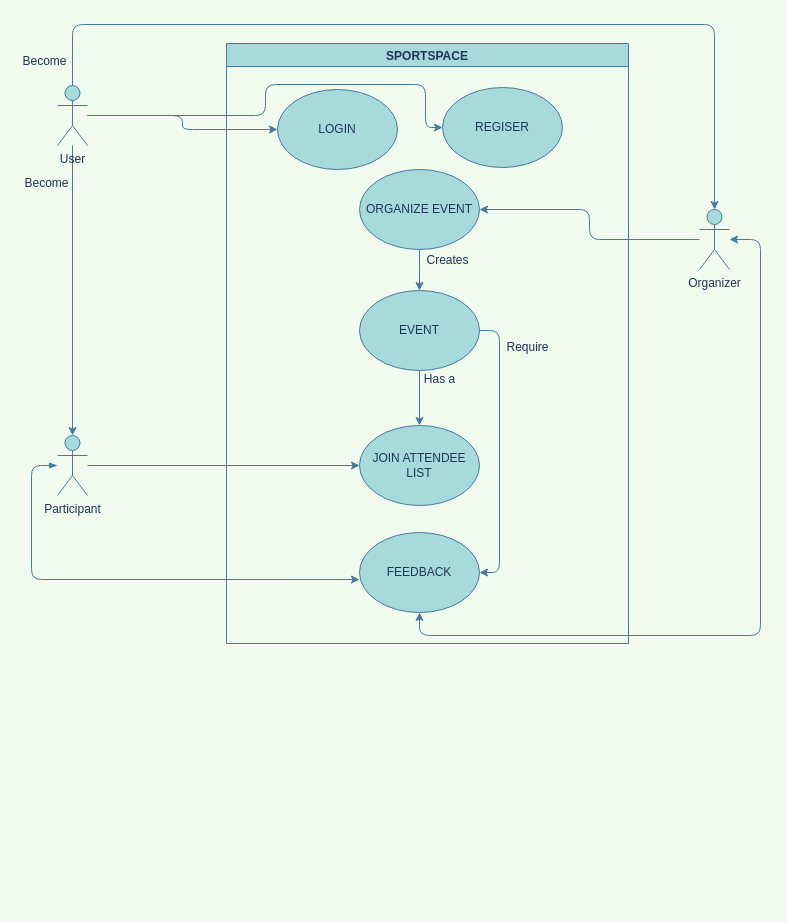
Above: Use Case Diagram.drawio in AndreicaPaul/SportSpace (draw.io), before the change. Source tidied: cells renumbered, new cells numbered last; positions are measured from the earlier drawing's top-left corner, leaving out a move shared by most shapes. Both pictures are drawn from the tidied source at 100%, with x=0, y=0 at pixel (17, 24).
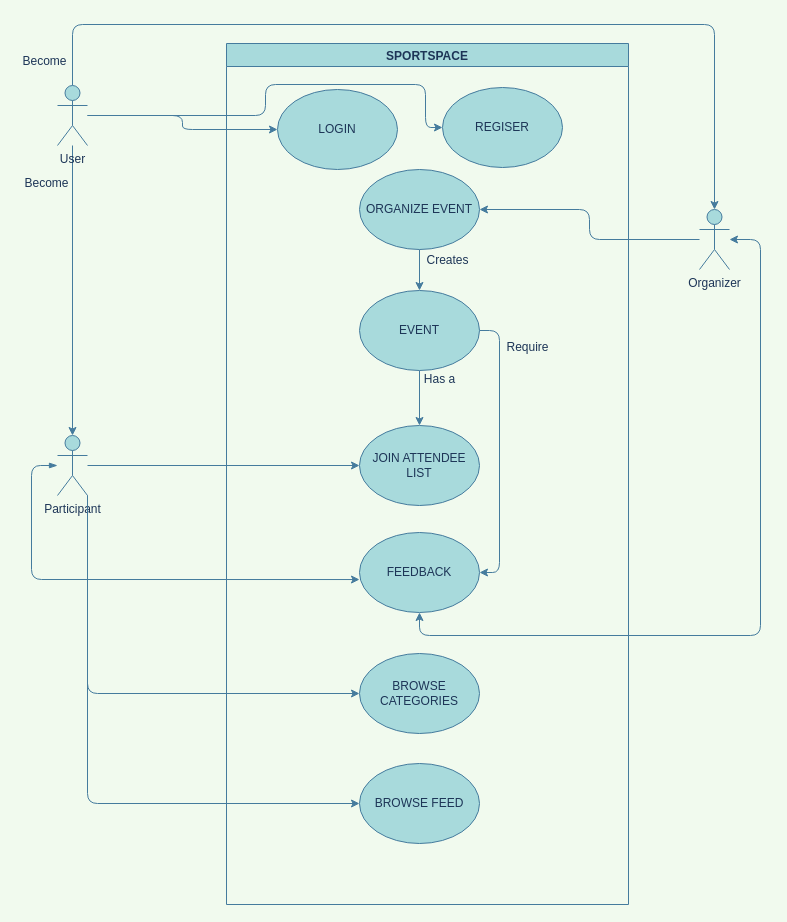
Above is the later version.

Commit message (it also covers changes not shown here):
update documentation with additional use cases

The change refers to these unchanged cells:
```xml
<mxCell id="4" value="Participant" style="shape=umlActor;verticalLabelPosition=bottom;verticalAlign=top;html=1;outlineConnect=0;rounded=1;sketch=0;fontColor=#1D3557;strokeColor=#457B9D;fillColor=#A8DADC;" parent="1" vertex="1">
  <mxGeometry x="40" y="411" width="30" height="60" as="geometry" />
</mxCell>
```

Diff of the diagram source:
```diff
@@
     <mxCell id="5" value="SPORTSPACE" style="swimlane;rounded=0;sketch=0;fontColor=#1D3557;strokeColor=#457B9D;fillColor=#A8DADC;" parent="1" vertex="1">
-      <mxGeometry x="209" y="19" width="402" height="600" as="geometry" />
+      <mxGeometry x="209" y="19" width="402" height="861" as="geometry" />
     </mxCell>
@@
+    <mxCell id="28" value="BROWSE CATEGORIES" style="ellipse;whiteSpace=wrap;html=1;rounded=0;sketch=0;fontColor=#1D3557;strokeColor=#457B9D;fillColor=#A8DADC;" parent="5" vertex="1">
+      <mxGeometry x="133" y="610" width="120" height="80" as="geometry" />
+    </mxCell>
+    <mxCell id="29" value="BROWSE FEED" style="ellipse;whiteSpace=wrap;html=1;rounded=0;sketch=0;fontColor=#1D3557;strokeColor=#457B9D;fillColor=#A8DADC;" parent="5" vertex="1">
+      <mxGeometry x="133" y="720" width="120" height="80" as="geometry" />
+    </mxCell>
@@
+    <mxCell id="30" style="edgeStyle=orthogonalEdgeStyle;curved=0;rounded=1;sketch=0;jettySize=auto;html=1;entryX=0;entryY=0.5;entryDx=0;entryDy=0;fontColor=#1D3557;strokeColor=#457B9D;fillColor=#A8DADC;exitX=1;exitY=1;exitDx=0;exitDy=0;exitPerimeter=0;" parent="1" edge="1" source="4" target="28">
+      <mxGeometry relative="1" as="geometry" />
+    </mxCell>
+    <mxCell id="31" style="edgeStyle=orthogonalEdgeStyle;curved=0;rounded=1;sketch=0;jettySize=auto;html=1;entryX=0;entryY=0.5;entryDx=0;entryDy=0;fontColor=#1D3557;strokeColor=#457B9D;fillColor=#A8DADC;exitX=1;exitY=1;exitDx=0;exitDy=0;exitPerimeter=0;" parent="1" edge="1" source="4" target="29">
+      <mxGeometry relative="1" as="geometry" />
+    </mxCell>
```
